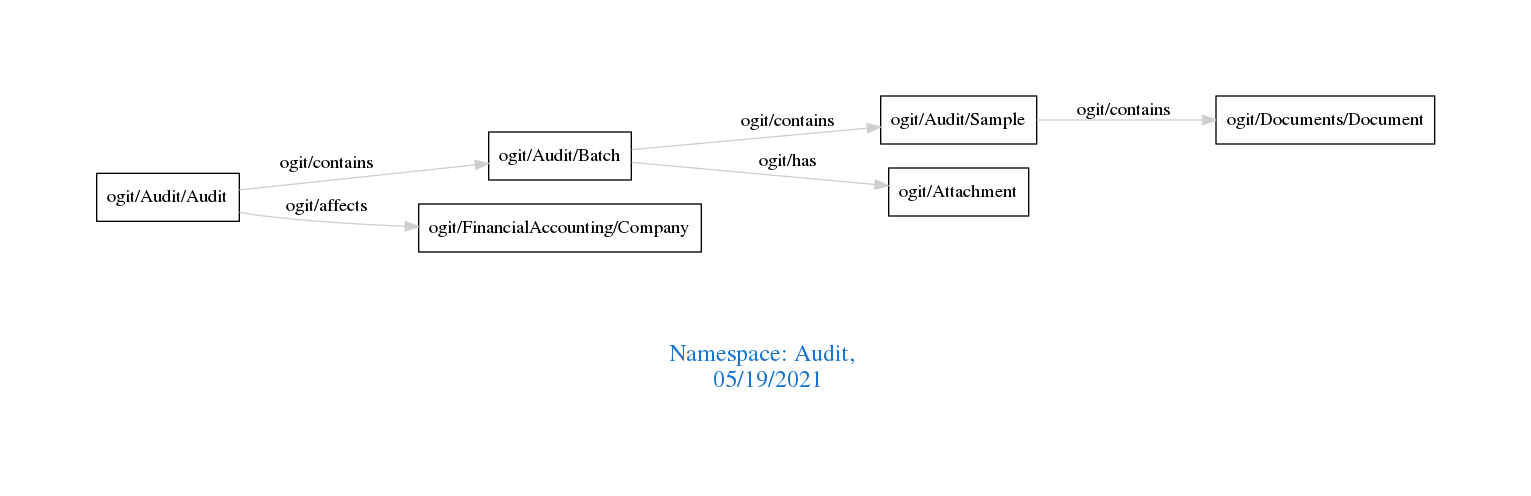
The Graphviz diagram downloads/Audit.png in arago/OGIT, before a commit. Its source is kept beside it as downloads/Audit.dot.
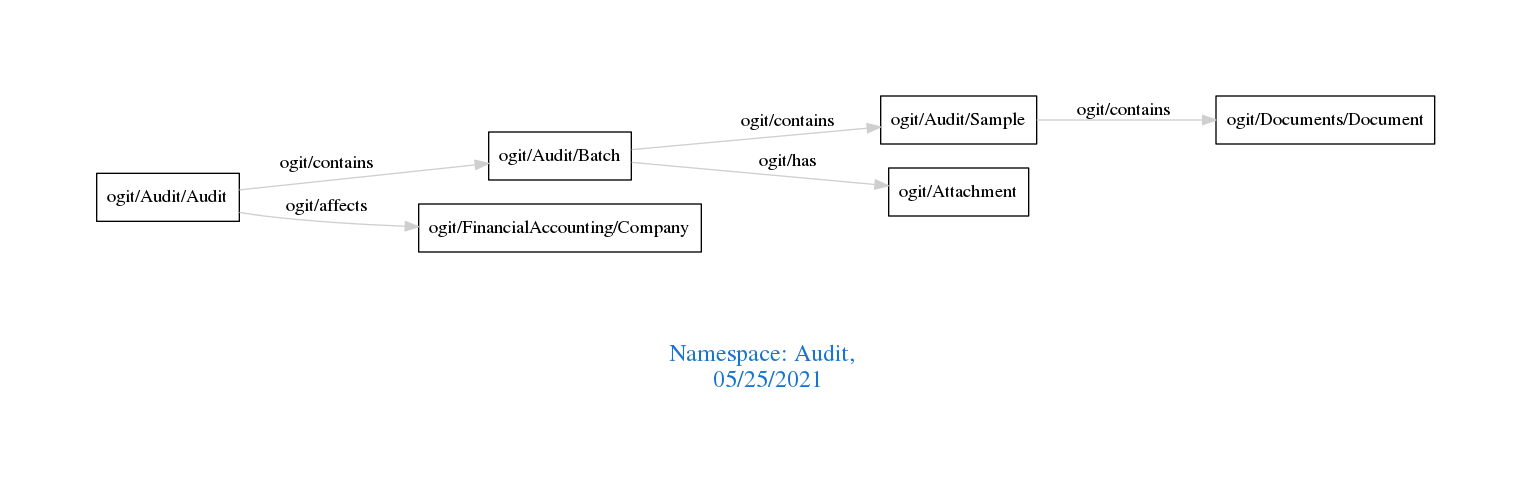
After the change.

Diff of the diagram source:
```diff
@@ -1,7 +1,7 @@
 digraph OGIT_ontology {
  graph [ rankdir= LR,pad=1
 fontsize = 18,
-fontcolor= dodgerblue3,label = "\n\n\nNamespace: Audit, \n 05/19/2021"];
+fontcolor= dodgerblue3,label = "\n\n\nNamespace: Audit, \n 05/25/2021"];
 node[shape=polygon];
 edge [  color="gray81"];
 
```
